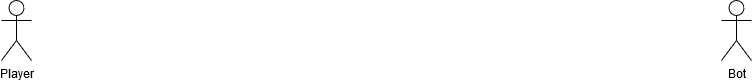
The draw.io diagram Use Case Diagram.png in umb-hub/haxballbot, before a commit. Source tidied: cells renumbered, new cells last; positions are measured from the earlier drawing's top-left corner, leaving out a move shared by most shapes. Its diagram source:
```xml
<mxGraphModel>
  <root>
    <mxCell id="0" />
    <mxCell id="1" parent="0" />
    <mxCell id="2" value="&lt;div&gt;Player&lt;/div&gt;" style="shape=umlActor;verticalLabelPosition=bottom;verticalAlign=top;html=1;" parent="1" vertex="1">
      <mxGeometry width="30" height="60" as="geometry" />
    </mxCell>
    <mxCell id="3" value="&lt;div&gt;Bot&lt;/div&gt;" style="shape=umlActor;verticalLabelPosition=bottom;verticalAlign=top;html=1;" parent="1" vertex="1">
      <mxGeometry x="720" width="30" height="60" as="geometry" />
    </mxCell>
  </root>
</mxGraphModel>
```
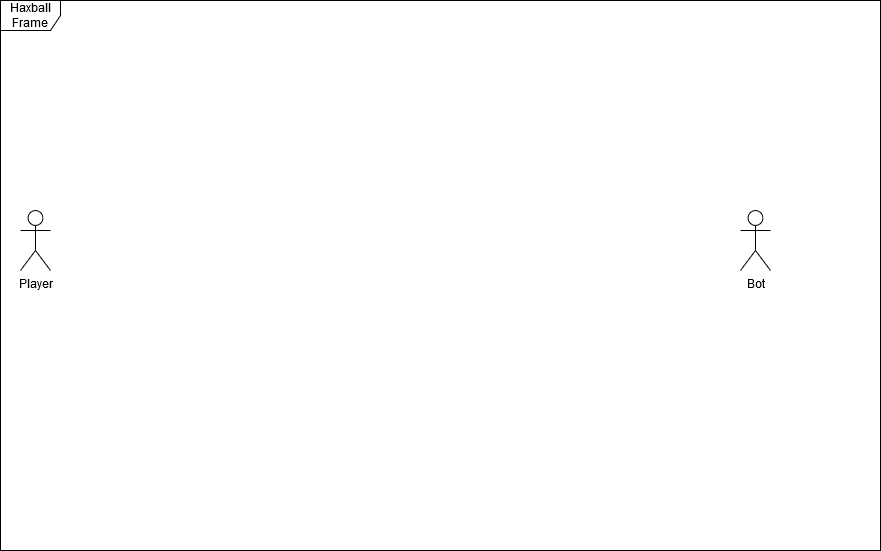
After the change.

Commit message:
identified frame

Diff of the diagram source:
```diff
@@ -8,5 +8,8 @@
     <mxCell id="3" value="&lt;div&gt;Bot&lt;/div&gt;" style="shape=umlActor;verticalLabelPosition=bottom;verticalAlign=top;html=1;" parent="1" vertex="1">
       <mxGeometry x="720" width="30" height="60" as="geometry" />
     </mxCell>
+    <mxCell id="4" value="&lt;div&gt;Haxball Frame&lt;/div&gt;" style="shape=umlFrame;whiteSpace=wrap;html=1;" parent="1" vertex="1">
+      <mxGeometry x="-20" y="-210" width="880" height="550" as="geometry" />
+    </mxCell>
   </root>
 </mxGraphModel>
```
